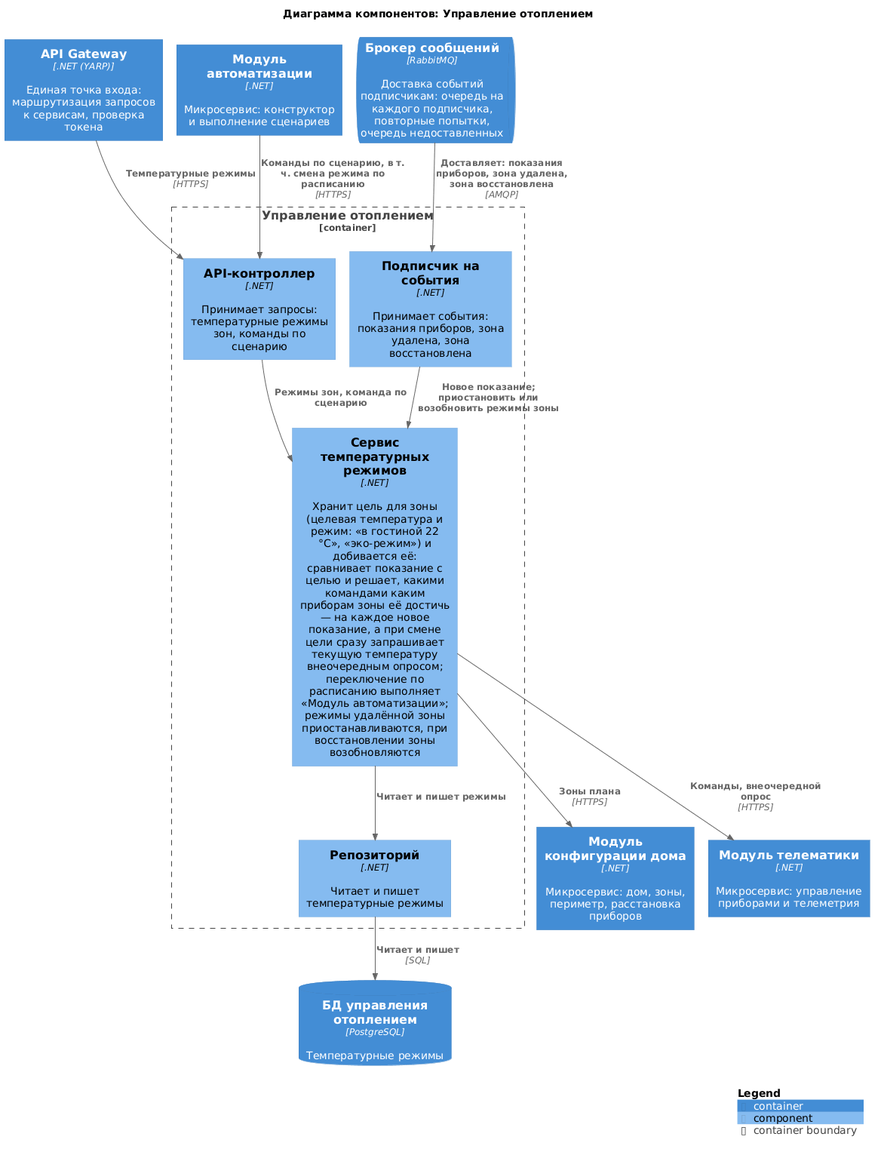
The PlantUML diagram diagrams/components/heating.png in Lyamin-av/architecture-warmhouse, before a commit.
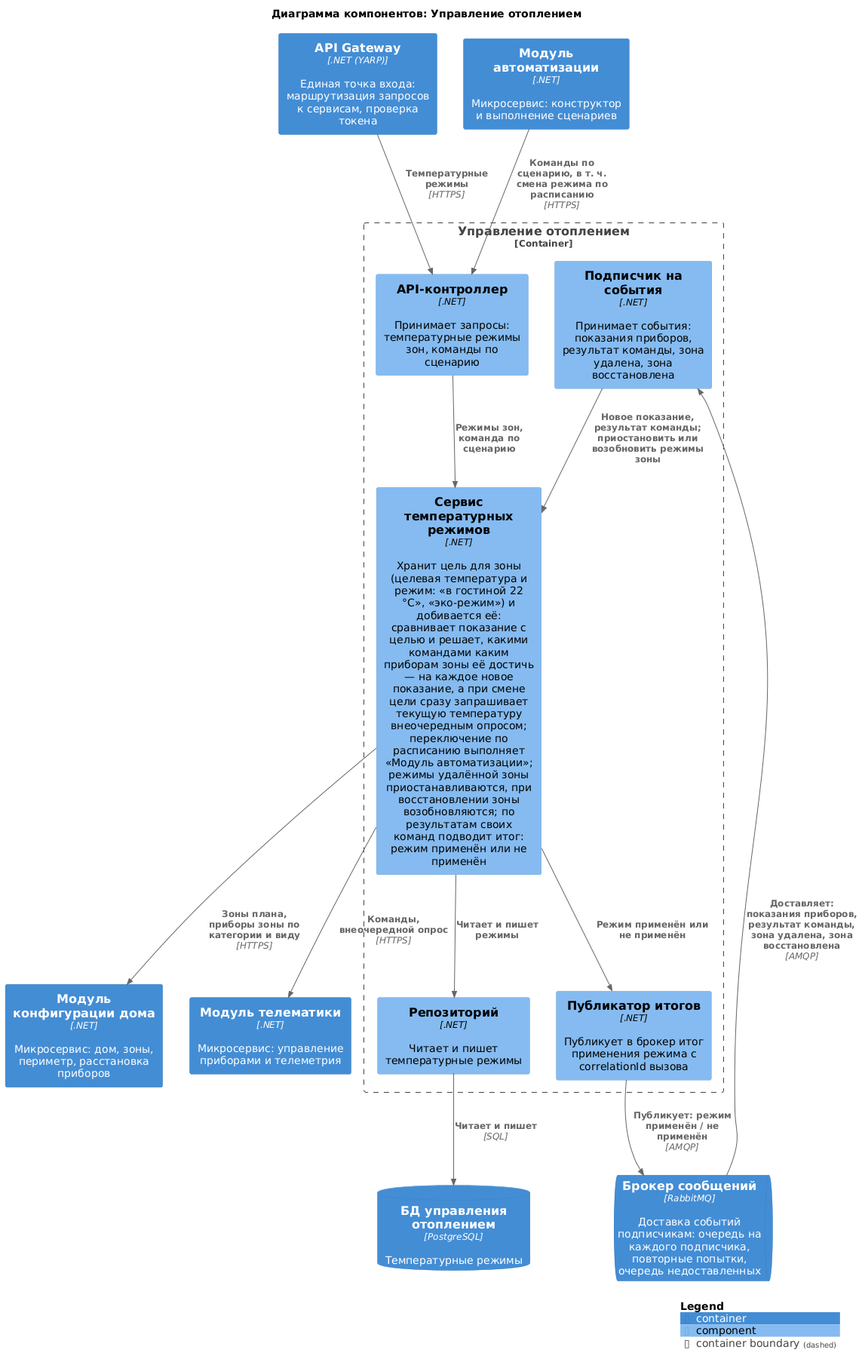
The same diagram one commit later.

Diff of the diagram source:
```diff
@@ -12,18 +12,21 @@
 
 Container_Boundary(Heating, "Управление отоплением") {
     Component(api, "API-контроллер", ".NET", "Принимает запросы: температурные режимы зон, команды по сценарию")
-    Component(regimes, "Сервис температурных режимов", ".NET", "Хранит цель для зоны (целевая температура и режим: «в гостиной 22 °C», «эко-режим») и добивается её: сравнивает показание с целью и решает, какими командами каким приборам зоны её достичь — на каждое новое показание, а при смене цели сразу запрашивает текущую температуру внеочередным опросом; переключение по расписанию выполняет «Модуль автоматизации»; режимы удалённой зоны приостанавливаются, при восстановлении зоны возобновляются")
-    Component(subscriber, "Подписчик на события", ".NET", "Принимает события: показания приборов, зона удалена, зона восстановлена")
+    Component(regimes, "Сервис температурных режимов", ".NET", "Хранит цель для зоны (целевая температура и режим: «в гостиной 22 °C», «эко-режим») и добивается её: сравнивает показание с целью и решает, какими командами каким приборам зоны её достичь — на каждое новое показание, а при смене цели сразу запрашивает текущую температуру внеочередным опросом; переключение по расписанию выполняет «Модуль автоматизации»; режимы удалённой зоны приостанавливаются, при восстановлении зоны возобновляются; по результатам своих команд подводит итог: режим применён или не применён")
+    Component(subscriber, "Подписчик на события", ".NET", "Принимает события: показания приборов, результат команды, зона удалена, зона восстановлена")
+    Component(publisher, "Публикатор итогов", ".NET", "Публикует в брокер итог применения режима с correlationId вызова")
     Component(repo, "Репозиторий", ".NET", "Читает и пишет температурные режимы")
 }
 
 Rel(Gateway, api, "Температурные режимы", "HTTPS")
 Rel(Automation, api, "Команды по сценарию, в т. ч. смена режима по расписанию", "HTTPS")
-Rel(Broker, subscriber, "Доставляет: показания приборов, зона удалена, зона восстановлена", "AMQP")
+Rel(Broker, subscriber, "Доставляет: показания приборов, результат команды, зона удалена, зона восстановлена", "AMQP")
 
 Rel(api, regimes, "Режимы зон, команда по сценарию")
-Rel(subscriber, regimes, "Новое показание; приостановить или возобновить режимы зоны")
-Rel(regimes, HouseConfigurator, "Зоны плана", "HTTPS")
+Rel(subscriber, regimes, "Новое показание, результат команды; приостановить или возобновить режимы зоны")
+Rel(regimes, publisher, "Режим применён или не применён")
+Rel(publisher, Broker, "Публикует: режим применён / не применён", "AMQP")
+Rel(regimes, HouseConfigurator, "Зоны плана, приборы зоны по категории и виду", "HTTPS")
 Rel(regimes, Telematics, "Команды, внеочередной опрос", "HTTPS")
 
 Rel(regimes, repo, "Читает и пишет режимы")
```
